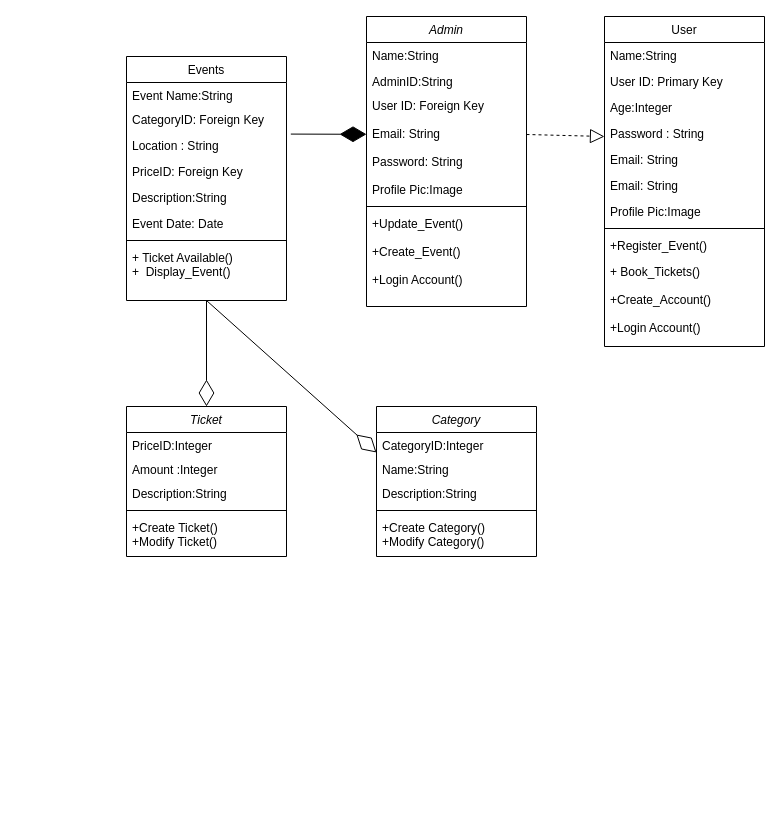
Stormtroopper/HTML-layout-learning keeps this draw.io diagram as Untitled Diagram.drawio. Above is the earlier version. Source tidied: cells renumbered, new cells numbered last; positions are measured from the earlier drawing's top-left corner, leaving out a move shared by most shapes. Both pictures are drawn from the tidied source at 100%, with x=0, y=0 at pixel (126, 16).
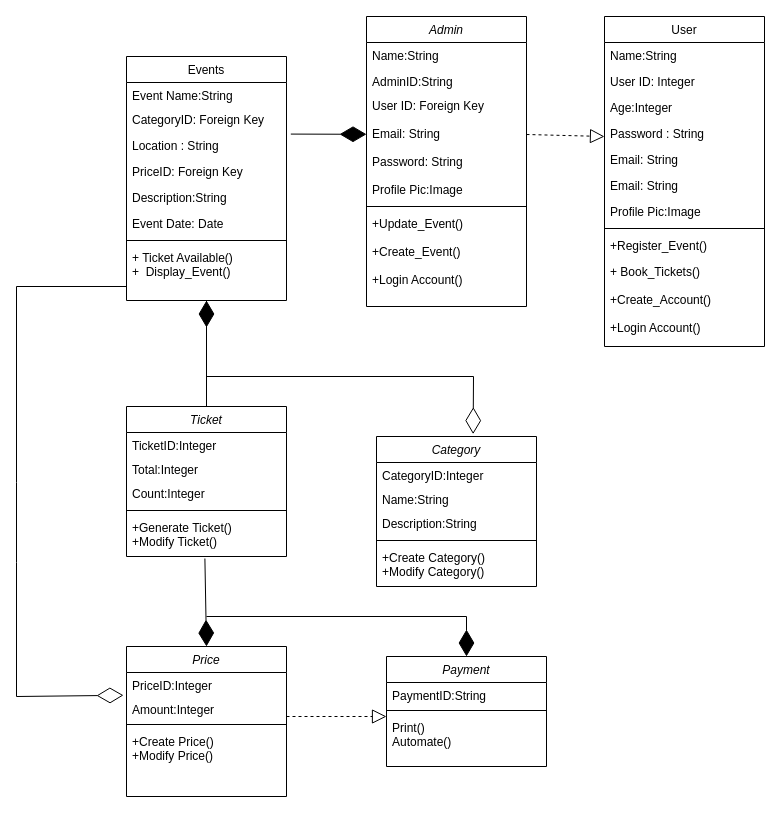
After the change.

Unchanged cells that the change refers to:
```xml
<mxCell id="9" value="Events" style="swimlane;fontStyle=0;align=center;verticalAlign=top;horizontal=1;startSize=26;rounded=0;shadow=0;strokeWidth=1;" parent="1" vertex="1">
  <mxGeometry y="40" width="160" height="244" as="geometry" />
</mxCell>
<mxCell id="18" value="User" style="swimlane;fontStyle=0;align=center;verticalAlign=top;horizontal=1;startSize=26;rounded=0;shadow=0;strokeWidth=1;" parent="1" vertex="1">
  <mxGeometry x="478" width="160" height="330" as="geometry" />
</mxCell>
<mxCell id="30" value="Ticket" style="swimlane;fontStyle=2;align=center;verticalAlign=top;horizontal=1;startSize=26;rounded=0;shadow=0;strokeWidth=1;" parent="1" vertex="1">
  <mxGeometry y="390" width="160" height="150" as="geometry" />
</mxCell>
```

Change to the diagram source:
```diff
@@
-    <mxCell id="20" value="User ID: Primary Key" style="text;align=left;verticalAlign=top;spacingLeft=4;spacingRight=4;overflow=hidden;rounded=0;shadow=0;html=0;" parent="18" vertex="1">
+    <mxCell id="20" value="User ID: Integer" style="text;align=left;verticalAlign=top;spacingLeft=4;spacingRight=4;overflow=hidden;rounded=0;shadow=0;html=0;" parent="18" vertex="1">
       <mxGeometry y="52" width="160" height="26" as="geometry" />
     </mxCell>
@@
-    <mxCell id="29" style="endArrow=diamondThin;endFill=0;endSize=24;html=1;rounded=0;exitX=0.5;exitY=1;exitDx=0;exitDy=0;entryX=0.5;entryY=0;entryDx=0;entryDy=0;" parent="1" edge="1" source="9" target="30">
-      <mxGeometry relative="1" as="geometry" />
+    <mxCell id="29" style="endArrow=diamondThin;endFill=0;endSize=24;html=1;rounded=0;exitX=0;exitY=1;exitDx=0;exitDy=0;entryX=-0.019;entryY=-0.05;entryDx=0;entryDy=0;entryPerimeter=0;" parent="1" edge="1" target="47">
+      <mxGeometry relative="1" as="geometry">
+        <mxPoint y="270" as="sourcePoint" />
+        <Array as="points">
+          <mxPoint x="-110" y="270" />
+          <mxPoint x="-110" y="466" />
+          <mxPoint x="-110" y="546" />
+          <mxPoint x="-110" y="680" />
+        </Array>
+      </mxGeometry>
     </mxCell>
@@
-    <mxCell id="31" value="PriceID:Integer" style="text;align=left;verticalAlign=top;spacingLeft=4;spacingRight=4;overflow=hidden;rounded=0;shadow=0;html=0;" parent="30" vertex="1">
-      <mxGeometry y="26" width="160" height="24" as="geometry" />
-    </mxCell>
+    <mxCell id="45" value="TicketID:Integer" style="text;align=left;verticalAlign=top;spacingLeft=4;spacingRight=4;overflow=hidden;rounded=0;shadow=0;html=0;" parent="30" vertex="1">
+      <mxGeometry y="26" width="160" height="24" as="geometry" />
+    </mxCell>
-    <mxCell id="32" value="Amount :Integer" style="text;align=left;verticalAlign=top;spacingLeft=4;spacingRight=4;overflow=hidden;" parent="30" vertex="1">
+    <mxCell id="32" value="Total:Integer" style="text;align=left;verticalAlign=top;spacingLeft=4;spacingRight=4;overflow=hidden;" parent="30" vertex="1">
       <mxGeometry y="50" width="160" height="24" as="geometry" />
     </mxCell>
-    <mxCell id="33" value="Description:String" style="text;align=left;verticalAlign=top;spacingLeft=4;spacingRight=4;overflow=hidden;rounded=0;shadow=0;html=0;" parent="30" vertex="1">
+    <mxCell id="33" value="Count:Integer" style="text;align=left;verticalAlign=top;spacingLeft=4;spacingRight=4;overflow=hidden;rounded=0;shadow=0;html=0;" parent="30" vertex="1">
       <mxGeometry y="74" width="160" height="26" as="geometry" />
     </mxCell>
@@
-    <mxCell id="35" value="+Create Ticket()&#10;+Modify Ticket()" style="text;align=left;verticalAlign=top;spacingLeft=4;spacingRight=4;overflow=hidden;points=[[0,0.5],[1,0.5]];portConstraint=eastwest;" parent="30" vertex="1">
+    <mxCell id="35" value="+Generate Ticket()&#10;+Modify Ticket()" style="text;align=left;verticalAlign=top;spacingLeft=4;spacingRight=4;overflow=hidden;points=[[0,0.5],[1,0.5]];portConstraint=eastwest;" parent="30" vertex="1">
       <mxGeometry y="108" width="160" height="42" as="geometry" />
     </mxCell>
@@
     <mxCell id="38" value="Category" style="swimlane;fontStyle=2;align=center;verticalAlign=top;horizontal=1;startSize=26;rounded=0;shadow=0;strokeWidth=1;" parent="1" vertex="1">
-      <mxGeometry x="250" y="390" width="160" height="150" as="geometry" />
+      <mxGeometry x="250" y="420" width="160" height="150" as="geometry" />
     </mxCell>
@@
-    <mxCell id="44" style="endArrow=diamondThin;endFill=0;endSize=24;html=1;rounded=0;entryX=0.5;entryY=0;entryDx=0;entryDy=0;exitX=0.5;exitY=1;exitDx=0;exitDy=0;" parent="1" edge="1" source="9">
+    <mxCell id="44" style="endArrow=diamondThin;endFill=0;endSize=24;html=1;rounded=0;exitX=0.5;exitY=1;exitDx=0;exitDy=0;entryX=0.604;entryY=-0.016;entryDx=0;entryDy=0;entryPerimeter=0;" parent="1" edge="1" source="9" target="38">
       <mxGeometry relative="1" as="geometry">
-        <mxPoint x="250" y="436" as="targetPoint" />
+        <Array as="points">
+          <mxPoint x="80" y="360" />
+          <mxPoint x="347" y="360" />
+        </Array>
       </mxGeometry>
     </mxCell>
+    <mxCell id="46" value="Price" style="swimlane;fontStyle=2;align=center;verticalAlign=top;horizontal=1;startSize=26;rounded=0;shadow=0;strokeWidth=1;" parent="1" vertex="1">
+      <mxGeometry y="630" width="160" height="150" as="geometry" />
+    </mxCell>
+    <mxCell id="31" value="PriceID:Integer" style="text;align=left;verticalAlign=top;spacingLeft=4;spacingRight=4;overflow=hidden;rounded=0;shadow=0;html=0;" parent="46" vertex="1">
+      <mxGeometry y="26" width="160" height="24" as="geometry" />
+    </mxCell>
+    <mxCell id="47" value="Amount:Integer" style="text;align=left;verticalAlign=top;spacingLeft=4;spacingRight=4;overflow=hidden;points=[[0,0.5],[1,0.5]];portConstraint=eastwest;" parent="46" vertex="1">
+      <mxGeometry y="50" width="160" height="24" as="geometry" />
+    </mxCell>
+    <mxCell id="48" style="line;html=1;strokeWidth=1;align=left;verticalAlign=middle;spacingTop=-1;spacingLeft=3;spacingRight=3;labelPosition=right;" parent="46" vertex="1">
+      <mxGeometry y="74" width="160" height="8" as="geometry" />
+    </mxCell>
+    <mxCell id="49" value="+Create Price()&#10;+Modify Price()" style="text;align=left;verticalAlign=top;spacingLeft=4;spacingRight=4;overflow=hidden;" parent="46" vertex="1">
+      <mxGeometry y="82" width="160" height="42" as="geometry" />
+    </mxCell>
+    <mxCell id="50" style="endArrow=diamondThin;endFill=1;endSize=24;html=1;rounded=0;exitX=0.49;exitY=1.048;exitDx=0;exitDy=0;exitPerimeter=0;entryX=0.5;entryY=0;entryDx=0;entryDy=0;" parent="1" edge="1" source="35" target="46">
+      <mxGeometry relative="1" as="geometry" />
+    </mxCell>
+    <mxCell id="51" value="Payment" style="swimlane;fontStyle=2;align=center;verticalAlign=top;horizontal=1;startSize=26;rounded=0;shadow=0;strokeWidth=1;" parent="1" vertex="1">
+      <mxGeometry x="260" y="640" width="160" height="110" as="geometry" />
+    </mxCell>
+    <mxCell id="52" value="PaymentID:String" style="text;align=left;verticalAlign=top;spacingLeft=4;spacingRight=4;overflow=hidden;rounded=0;shadow=0;html=0;" parent="51" vertex="1">
+      <mxGeometry y="26" width="160" height="24" as="geometry" />
+    </mxCell>
+    <mxCell id="53" style="line;html=1;strokeWidth=1;align=left;verticalAlign=middle;spacingTop=-1;spacingLeft=3;spacingRight=3;labelPosition=right;" parent="51" vertex="1">
+      <mxGeometry y="50" width="160" height="8" as="geometry" />
+    </mxCell>
+    <mxCell id="54" value="Print()&#10;Automate()" style="text;align=left;verticalAlign=top;spacingLeft=4;spacingRight=4;overflow=hidden;" parent="51" vertex="1">
+      <mxGeometry y="58" width="160" height="42" as="geometry" />
+    </mxCell>
+    <mxCell id="55" style="endArrow=diamondThin;endFill=1;endSize=24;html=1;rounded=0;exitX=0.5;exitY=0;exitDx=0;exitDy=0;entryX=0.5;entryY=1;entryDx=0;entryDy=0;" parent="1" edge="1" source="30" target="9">
+      <mxGeometry relative="1" as="geometry" />
+    </mxCell>
+    <mxCell id="56" style="endArrow=block;dashed=1;endFill=0;endSize=12;html=1;rounded=0;" parent="1" edge="1">
+      <mxGeometry relative="1" as="geometry">
+        <mxPoint x="160" y="700" as="sourcePoint" />
+        <mxPoint x="260" y="700" as="targetPoint" />
+      </mxGeometry>
+    </mxCell>
+    <mxCell id="57" style="endArrow=diamondThin;endFill=1;endSize=24;html=1;rounded=0;entryX=0.5;entryY=0;entryDx=0;entryDy=0;" parent="1" edge="1" target="51">
+      <mxGeometry relative="1" as="geometry">
+        <mxPoint x="80" y="600" as="sourcePoint" />
+        <Array as="points">
+          <mxPoint x="340" y="600" />
+        </Array>
+      </mxGeometry>
+    </mxCell>
```
